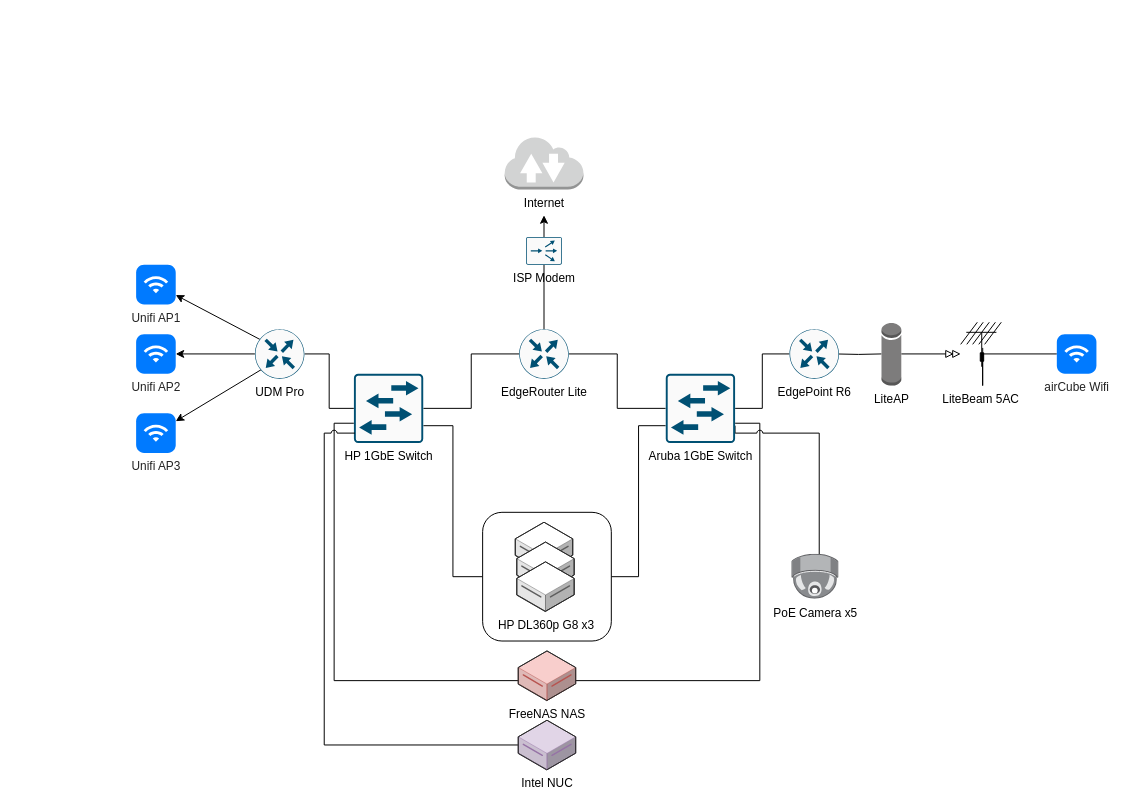
Above: page "Physical Network" (1 of 2) of docs/diagrams/tnwks-ops.drawio in iT3E/tnwks-ops (draw.io), before the change. Source tidied: cells renumbered, new cells numbered last; positions are measured from the earlier drawing's top-left corner, leaving out a move shared by most shapes. Both pictures are drawn from the tidied source at 99%, with x=0, y=0 at pixel (136, 136).
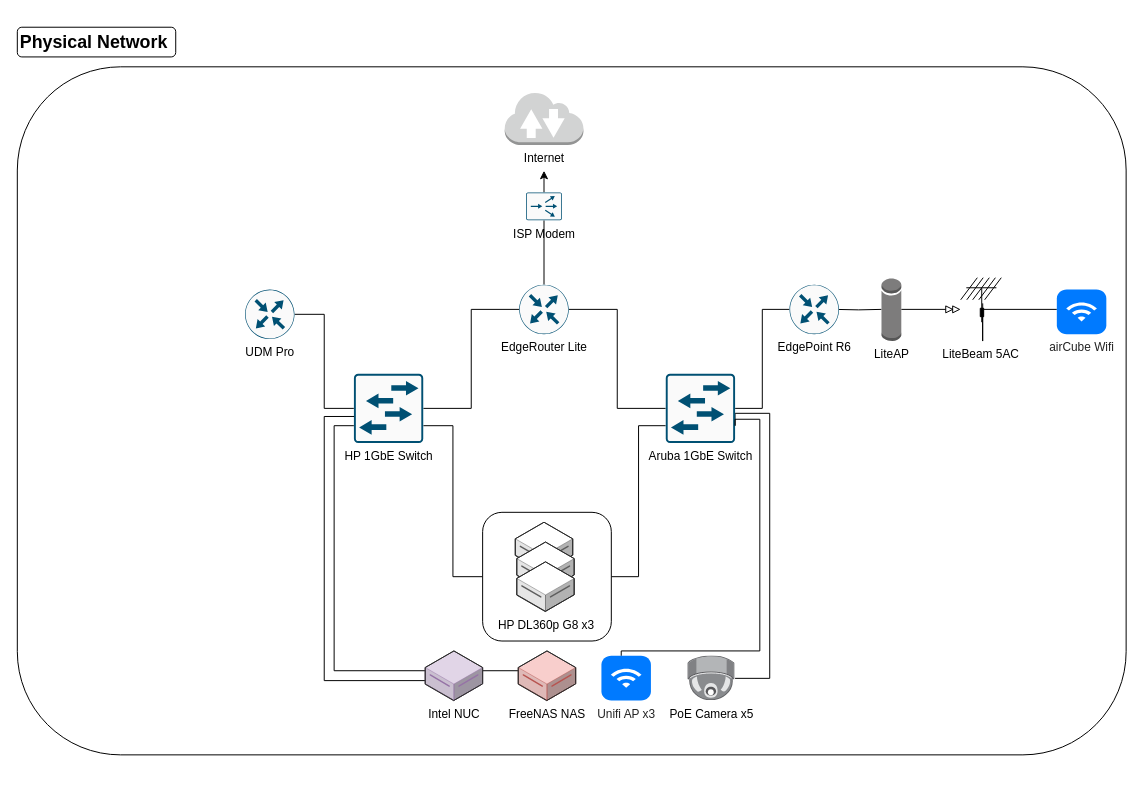
The same page after the edit.

Commit message (it also covers changes not shown here):
physical + logical diagram

The change refers to these unchanged cells:
```xml
<mxCell id="13" value="FreeNAS NAS" style="verticalLabelPosition=bottom;html=1;verticalAlign=top;strokeWidth=1;align=center;outlineConnect=0;dashed=0;outlineConnect=0;shape=mxgraph.aws3d.dataServer;strokeColor=#b85450;fillColor=#f8cecc;" parent="1" vertex="1">
  <mxGeometry x="386" y="520" width="58" height="50" as="geometry" />
</mxCell>
<mxCell id="27" value="HP 1GbE Switch" style="sketch=0;points=[[0.015,0.015,0],[0.985,0.015,0],[0.985,0.985,0],[0.015,0.985,0],[0.25,0,0],[0.5,0,0],[0.75,0,0],[1,0.25,0],[1,0.5,0],[1,0.75,0],[0.75,1,0],[0.5,1,0],[0.25,1,0],[0,0.75,0],[0,0.5,0],[0,0.25,0]];verticalLabelPosition=bottom;html=1;verticalAlign=top;align=center;shape=mxgraph.cisco19.rect;prIcon=l2_switch;fillColor=#FAFAFA;strokeColor=#005073;" parent="1" vertex="1">
  <mxGeometry x="220" y="240" width="70" height="70" as="geometry" />
</mxCell>
<mxCell id="30" value="Aruba 1GbE Switch" style="sketch=0;points=[[0.015,0.015,0],[0.985,0.015,0],[0.985,0.985,0],[0.015,0.985,0],[0.25,0,0],[0.5,0,0],[0.75,0,0],[1,0.25,0],[1,0.5,0],[1,0.75,0],[0.75,1,0],[0.5,1,0],[0.25,1,0],[0,0.75,0],[0,0.5,0],[0,0.25,0]];verticalLabelPosition=bottom;html=1;verticalAlign=top;align=center;shape=mxgraph.cisco19.rect;prIcon=l2_switch;fillColor=#FAFAFA;strokeColor=#005073;" parent="1" vertex="1">
  <mxGeometry x="535" y="240" width="70" height="70" as="geometry" />
</mxCell>
```

Change to the diagram source:
```diff
@@
+    <mxCell id="40" style="rounded=1;whiteSpace=wrap;html=1;labelBackgroundColor=none;fillColor=none;" parent="1" vertex="1">
+      <mxGeometry x="-120" y="-70" width="1120" height="695" as="geometry" />
+    </mxCell>
@@
-    <mxCell id="5" value="Unifi AP1" style="html=1;strokeWidth=1;shadow=0;dashed=0;shape=mxgraph.ios7.misc.wifi;fillColor=#007AFF;strokeColor=none;buttonText=;strokeColor2=#222222;fontColor=#222222;fontSize=12;verticalLabelPosition=bottom;verticalAlign=top;align=center;sketch=0;" parent="1" vertex="1">
-      <mxGeometry y="130" width="40" height="40" as="geometry" />
-    </mxCell>
-    <mxCell id="6" value="Unifi AP2" style="html=1;strokeWidth=1;shadow=0;dashed=0;shape=mxgraph.ios7.misc.wifi;fillColor=#007AFF;strokeColor=none;buttonText=;strokeColor2=#222222;fontColor=#222222;fontSize=12;verticalLabelPosition=bottom;verticalAlign=top;align=center;sketch=0;" parent="1" vertex="1">
-      <mxGeometry y="200" width="40" height="40" as="geometry" />
-    </mxCell>
-    <mxCell id="7" value="Unifi AP3" style="html=1;strokeWidth=1;shadow=0;dashed=0;shape=mxgraph.ios7.misc.wifi;fillColor=#007AFF;strokeColor=none;buttonText=;strokeColor2=#222222;fontColor=#222222;fontSize=12;verticalLabelPosition=bottom;verticalAlign=top;align=center;sketch=0;" parent="1" vertex="1">
-      <mxGeometry y="280" width="40" height="40" as="geometry" />
-    </mxCell>
@@
-    <mxCell id="11" style="edgeStyle=orthogonalEdgeStyle;rounded=0;jettySize=auto;html=1;endArrow=none;endFill=0;" parent="1" edge="1" source="13" target="27">
+    <mxCell id="11" style="edgeStyle=orthogonalEdgeStyle;rounded=0;jumpStyle=arc;jettySize=auto;html=1;entryX=0;entryY=0.75;entryDx=0;entryDy=0;entryPerimeter=0;endArrow=none;endFill=0;" parent="1" edge="1" source="13" target="27">
       <mxGeometry relative="1" as="geometry">
         <Array as="points">
-          <mxPoint x="200" y="550" />
-          <mxPoint x="200" y="290" />
+          <mxPoint x="200" y="540" />
+          <mxPoint x="200" y="293" />
         </Array>
       </mxGeometry>
     </mxCell>
-    <mxCell id="12" style="edgeStyle=orthogonalEdgeStyle;rounded=0;jettySize=auto;html=1;endArrow=none;endFill=0;" parent="1" edge="1" source="13" target="30">
-      <mxGeometry relative="1" as="geometry">
-        <Array as="points">
-          <mxPoint x="630" y="550" />
-          <mxPoint x="630" y="290" />
-        </Array>
-      </mxGeometry>
-    </mxCell>
@@
-    <mxCell id="14" style="rounded=0;jettySize=auto;html=1;" parent="1" edge="1" target="5">
-      <mxGeometry relative="1" as="geometry">
-        <mxPoint x="125.9" y="205.8" as="sourcePoint" />
-      </mxGeometry>
-    </mxCell>
-    <mxCell id="15" style="edgeStyle=none;rounded=0;jettySize=auto;html=1;" parent="1" edge="1" target="6">
-      <mxGeometry relative="1" as="geometry">
-        <mxPoint x="120" y="220" as="sourcePoint" />
-      </mxGeometry>
-    </mxCell>
-    <mxCell id="16" style="edgeStyle=none;rounded=0;jettySize=auto;html=1;" parent="1" edge="1" target="7">
-      <mxGeometry relative="1" as="geometry">
-        <mxPoint x="127" y="235.5" as="sourcePoint" />
-      </mxGeometry>
-    </mxCell>
     <mxCell id="17" style="edgeStyle=orthogonalEdgeStyle;rounded=0;jettySize=auto;html=1;entryX=0;entryY=0.5;entryDx=0;entryDy=0;entryPerimeter=0;endArrow=none;endFill=0;" parent="1" edge="1" target="19">
       <mxGeometry relative="1" as="geometry">
-        <mxPoint x="705.8" y="220" as="sourcePoint" />
+        <mxPoint x="705.8" y="175" as="sourcePoint" />
       </mxGeometry>
     </mxCell>
@@
     <mxCell id="19" value="LiteAP" style="outlineConnect=0;dashed=0;verticalLabelPosition=bottom;verticalAlign=top;align=center;html=1;shape=mxgraph.aws3.generic_database;fillColor=#7D7C7C;gradientColor=none;" parent="1" vertex="1">
-      <mxGeometry x="752.9" y="188" width="20" height="64" as="geometry" />
+      <mxGeometry x="752.9" y="143" width="20" height="64" as="geometry" />
     </mxCell>
     <mxCell id="20" style="edgeStyle=orthogonalEdgeStyle;rounded=0;jettySize=auto;html=1;endArrow=none;endFill=0;exitX=0.54;exitY=1;exitDx=0;exitDy=0;exitPerimeter=0;" parent="1" edge="1" source="21" target="22">
       <mxGeometry relative="1" as="geometry">
         <Array as="points">
-          <mxPoint x="855" y="220" />
+          <mxPoint x="855" y="175" />
         </Array>
       </mxGeometry>
     </mxCell>
     <mxCell id="21" value="LiteBeam 5AC" style="shape=mxgraph.cisco.wireless.antenna;html=1;dashed=0;fillColor=#036897;strokeColor=#ffffff;strokeWidth=2;verticalLabelPosition=bottom;verticalAlign=top;align=center;outlineConnect=0;" parent="1" vertex="1">
-      <mxGeometry x="832.9" y="188" width="41" height="64" as="geometry" />
+      <mxGeometry x="832.9" y="143" width="41" height="64" as="geometry" />
     </mxCell>
     <mxCell id="22" value="airCube Wifi" style="html=1;strokeWidth=1;shadow=0;dashed=0;shape=mxgraph.ios7.misc.wifi;fillColor=#007AFF;strokeColor=none;buttonText=;strokeColor2=#222222;fontColor=#222222;fontSize=12;verticalLabelPosition=bottom;verticalAlign=top;align=center;sketch=0;" parent="1" vertex="1">
-      <mxGeometry x="930" y="200" width="40" height="40" as="geometry" />
+      <mxGeometry x="930" y="155" width="50" height="45" as="geometry" />
     </mxCell>
-    <mxCell id="23" style="edgeStyle=orthogonalEdgeStyle;rounded=0;jettySize=auto;html=1;entryX=1;entryY=0.75;entryDx=0;entryDy=0;entryPerimeter=0;endArrow=none;endFill=0;jumpStyle=arc;" parent="1" edge="1" source="24" target="30">
+    <mxCell id="23" style="edgeStyle=orthogonalEdgeStyle;rounded=0;jumpStyle=arc;jettySize=auto;html=1;entryX=1;entryY=0.75;entryDx=0;entryDy=0;entryPerimeter=0;endArrow=none;endFill=0;" parent="1" edge="1" source="24" target="30">
       <mxGeometry relative="1" as="geometry">
         <Array as="points">
-          <mxPoint x="690" y="300" />
-          <mxPoint x="605" y="300" />
+          <mxPoint x="640" y="548" />
+          <mxPoint x="640" y="280" />
+          <mxPoint x="605" y="280" />
         </Array>
       </mxGeometry>
     </mxCell>
-    <mxCell id="24" value="PoE Camera x5" style="image;points=[];html=1;align=center;shadow=0;dashed=0;image=img/lib/allied_telesis/security/Surveillance_Camera_Ceiling.svg;" parent="1" vertex="1">
-      <mxGeometry x="662.3" y="422.3" width="47.7" height="45.4" as="geometry" />
-    </mxCell>
@@
-    <mxCell id="31" style="edgeStyle=orthogonalEdgeStyle;rounded=0;jumpStyle=arc;jettySize=auto;html=1;entryX=0.014;entryY=0.857;entryDx=0;entryDy=0;entryPerimeter=0;endArrow=none;endFill=0;" parent="1" edge="1" source="32" target="27">
-      <mxGeometry relative="1" as="geometry">
-        <Array as="points">
-          <mxPoint x="190" y="615" />
-          <mxPoint x="190" y="300" />
-        </Array>
-      </mxGeometry>
-    </mxCell>
-    <mxCell id="32" value="Intel NUC" style="verticalLabelPosition=bottom;html=1;verticalAlign=top;strokeWidth=1;align=center;outlineConnect=0;dashed=0;outlineConnect=0;shape=mxgraph.aws3d.dataServer;strokeColor=#9673a6;fillColor=#e1d5e7;" parent="1" vertex="1">
-      <mxGeometry x="386" y="590" width="58" height="50" as="geometry" />
-    </mxCell>
     <mxCell id="33" value="UDM Pro" style="sketch=0;points=[[0.5,0,0],[1,0.5,0],[0.5,1,0],[0,0.5,0],[0.145,0.145,0],[0.8555,0.145,0],[0.855,0.8555,0],[0.145,0.855,0]];verticalLabelPosition=bottom;html=1;verticalAlign=top;align=center;shape=mxgraph.cisco19.rect;prIcon=router;fillColor=#FAFAFA;strokeColor=#005073;" parent="1" vertex="1">
-      <mxGeometry x="120" y="195" width="50" height="50" as="geometry" />
+      <mxGeometry x="110" y="155" width="50" height="50" as="geometry" />
     </mxCell>
@@
     <mxCell id="35" value="EdgeRouter Lite" style="sketch=0;points=[[0.5,0,0],[1,0.5,0],[0.5,1,0],[0,0.5,0],[0.145,0.145,0],[0.8555,0.145,0],[0.855,0.8555,0],[0.145,0.855,0]];verticalLabelPosition=bottom;html=1;verticalAlign=top;align=center;shape=mxgraph.cisco19.rect;prIcon=router;fillColor=#FAFAFA;strokeColor=#005073;" parent="1" vertex="1">
-      <mxGeometry x="387" y="195" width="50" height="50" as="geometry" />
+      <mxGeometry x="387" y="150" width="50" height="50" as="geometry" />
     </mxCell>
     <mxCell id="36" value="EdgePoint R6" style="sketch=0;points=[[0.5,0,0],[1,0.5,0],[0.5,1,0],[0,0.5,0],[0.145,0.145,0],[0.8555,0.145,0],[0.855,0.8555,0],[0.145,0.855,0]];verticalLabelPosition=bottom;html=1;verticalAlign=top;align=center;shape=mxgraph.cisco19.rect;prIcon=router;fillColor=#FAFAFA;strokeColor=#005073;" parent="1" vertex="1">
-      <mxGeometry x="660" y="195" width="50" height="50" as="geometry" />
+      <mxGeometry x="660" y="150" width="50" height="50" as="geometry" />
     </mxCell>
     <mxCell id="37" style="edgeStyle=orthogonalEdgeStyle;rounded=0;jumpStyle=arc;jettySize=auto;html=1;endArrow=classic;endFill=1;" parent="1" edge="1" source="38">
       <mxGeometry relative="1" as="geometry">
-        <mxPoint x="412" y="80" as="targetPoint" />
+        <mxPoint x="412" y="35" as="targetPoint" />
       </mxGeometry>
     </mxCell>
     <mxCell id="38" value="ISP Modem" style="sketch=0;points=[[0.015,0.015,0],[0.985,0.015,0],[0.985,0.985,0],[0.015,0.985,0],[0.25,0,0],[0.5,0,0],[0.75,0,0],[1,0.25,0],[1,0.5,0],[1,0.75,0],[0.75,1,0],[0.5,1,0],[0.25,1,0],[0,0.75,0],[0,0.5,0],[0,0.25,0]];verticalLabelPosition=bottom;html=1;verticalAlign=top;align=center;shape=mxgraph.cisco19.rect;prIcon=content_router;fillColor=#FAFAFA;strokeColor=#005073;" parent="1" vertex="1">
-      <mxGeometry x="394" y="101.9" width="36" height="28.1" as="geometry" />
+      <mxGeometry x="394" y="56.9" width="36" height="28.1" as="geometry" />
     </mxCell>
     <mxCell id="39" value="Internet" style="dashed=0;verticalLabelPosition=bottom;verticalAlign=top;align=center;html=1;shape=mxgraph.aws3.internet_2;fillColor=#D2D3D3;gradientColor=none;" parent="1" vertex="1">
-      <mxGeometry x="372.3" width="79.5" height="54" as="geometry" />
+      <mxGeometry x="372.3" y="-45" width="79.5" height="54" as="geometry" />
     </mxCell>
+    <mxCell id="41" style="edgeStyle=orthogonalEdgeStyle;rounded=0;jumpStyle=arc;jettySize=auto;html=1;entryX=1;entryY=0.75;entryDx=0;entryDy=0;entryPerimeter=0;endArrow=none;endFill=0;" parent="1" edge="1" source="5" target="30">
+      <mxGeometry relative="1" as="geometry">
+        <Array as="points">
+          <mxPoint x="490" y="520" />
+          <mxPoint x="630" y="520" />
+          <mxPoint x="630" y="286" />
+          <mxPoint x="605" y="286" />
+        </Array>
+      </mxGeometry>
+    </mxCell>
+    <mxCell id="5" value="Unifi AP x3" style="html=1;strokeWidth=1;shadow=0;dashed=0;shape=mxgraph.ios7.misc.wifi;fillColor=#007AFF;strokeColor=none;buttonText=;strokeColor2=#222222;fontColor=#222222;fontSize=12;verticalLabelPosition=bottom;verticalAlign=top;align=center;sketch=0;" parent="1" vertex="1">
+      <mxGeometry x="470" y="525" width="50" height="45" as="geometry" />
+    </mxCell>
+    <mxCell id="31" style="edgeStyle=orthogonalEdgeStyle;rounded=0;jumpStyle=arc;jettySize=auto;html=1;entryX=0.003;entryY=0.617;entryDx=0;entryDy=0;entryPerimeter=0;endArrow=none;endFill=0;" parent="1" edge="1" source="32" target="27">
+      <mxGeometry relative="1" as="geometry">
+        <Array as="points">
+          <mxPoint x="190" y="550" />
+          <mxPoint x="190" y="283" />
+        </Array>
+      </mxGeometry>
+    </mxCell>
+    <mxCell id="32" value="Intel NUC" style="verticalLabelPosition=bottom;html=1;verticalAlign=top;strokeWidth=1;align=center;outlineConnect=0;dashed=0;outlineConnect=0;shape=mxgraph.aws3d.dataServer;strokeColor=#9673a6;fillColor=#e1d5e7;" parent="1" vertex="1">
+      <mxGeometry x="292" y="520" width="58" height="50" as="geometry" />
+    </mxCell>
+    <mxCell id="24" value="PoE Camera x5" style="image;points=[];html=1;align=center;shadow=0;dashed=0;image=img/lib/allied_telesis/security/Surveillance_Camera_Ceiling.svg;" parent="1" vertex="1">
+      <mxGeometry x="557.3" y="525" width="47.7" height="45.4" as="geometry" />
+    </mxCell>
+    <mxCell id="42" value="&lt;h2&gt;&lt;b&gt;Physical Network&amp;nbsp;&lt;/b&gt;&lt;/h2&gt;" style="text;html=1;align=center;verticalAlign=middle;whiteSpace=wrap;rounded=1;strokeColor=default;" parent="1" vertex="1">
+      <mxGeometry x="-120" y="-110" width="160" height="30" as="geometry" />
+    </mxCell>
```
